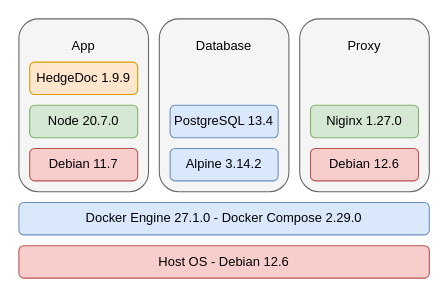
This is HedgeDoc.drawio from incognia/Cultura, a draw.io file, before an edit. Source tidied: cells renumbered, new cells numbered last; positions are measured from the earlier drawing's top-left corner, leaving out a move shared by most shapes. Both pictures are drawn from the tidied source at 108%, with x=0, y=0 at pixel (18, 18).
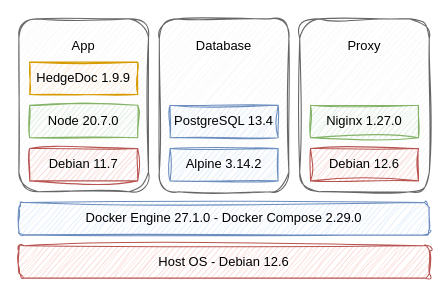
The same diagram, later.

Change to the diagram source:
```diff
@@
 <mxGraphModel>
   <root>
     <mxCell id="0" />
     <mxCell id="1" parent="0" />
-    <mxCell id="2" value="Host OS - Debian 12.6" style="rounded=1;whiteSpace=wrap;html=1;fillColor=#f8cecc;strokeColor=#b85450;" parent="1" vertex="1">
+    <mxCell id="2" value="Host OS - Debian 12.6" style="rounded=1;whiteSpace=wrap;html=1;fillColor=#f8cecc;strokeColor=#b85450;sketch=1;curveFitting=1;jiggle=2;" parent="1" vertex="1">
       <mxGeometry y="210" width="380" height="30" as="geometry" />
     </mxCell>
-    <mxCell id="3" value="D&lt;span style=&quot;background-color: initial;&quot;&gt;ocker Engine 27.1.0 - Docker Compose 2.29.0&lt;/span&gt;" style="rounded=1;whiteSpace=wrap;html=1;fillColor=#dae8fc;strokeColor=#6c8ebf;" parent="1" vertex="1">
+    <mxCell id="3" value="D&lt;span style=&quot;background-color: initial;&quot;&gt;ocker Engine 27.1.0 - Docker Compose 2.29.0&lt;/span&gt;" style="rounded=1;whiteSpace=wrap;html=1;fillColor=#dae8fc;strokeColor=#6c8ebf;sketch=1;curveFitting=1;jiggle=2;" parent="1" vertex="1">
       <mxGeometry y="170" width="380" height="30" as="geometry" />
     </mxCell>
-    <mxCell id="4" style="rounded=1;whiteSpace=wrap;html=1;fillColor=#f5f5f5;fontColor=#333333;strokeColor=#666666;" parent="1" vertex="1">
+    <mxCell id="4" style="rounded=1;whiteSpace=wrap;html=1;fillColor=#f5f5f5;fontColor=#333333;strokeColor=#666666;sketch=1;curveFitting=1;jiggle=2;" parent="1" vertex="1">
       <mxGeometry width="120" height="160" as="geometry" />
     </mxCell>
-    <mxCell id="5" style="rounded=1;whiteSpace=wrap;html=1;fillColor=#f5f5f5;fontColor=#333333;strokeColor=#666666;" parent="1" vertex="1">
+    <mxCell id="5" style="rounded=1;whiteSpace=wrap;html=1;fillColor=#f5f5f5;fontColor=#333333;strokeColor=#666666;sketch=1;curveFitting=1;jiggle=2;" parent="1" vertex="1">
       <mxGeometry x="130" width="120" height="160" as="geometry" />
     </mxCell>
-    <mxCell id="6" style="rounded=1;whiteSpace=wrap;html=1;fillColor=#f5f5f5;fontColor=#333333;strokeColor=#666666;" parent="1" vertex="1">
+    <mxCell id="6" style="rounded=1;whiteSpace=wrap;html=1;fillColor=#f5f5f5;fontColor=#333333;strokeColor=#666666;shadow=0;glass=0;sketch=1;curveFitting=1;jiggle=2;" parent="1" vertex="1">
       <mxGeometry x="260" width="120" height="160" as="geometry" />
     </mxCell>
-    <mxCell id="7" value="Node 20.7.0" style="rounded=1;whiteSpace=wrap;html=1;fillColor=#d5e8d4;strokeColor=#82b366;" parent="1" vertex="1">
+    <mxCell id="7" value="Node 20.7.0" style="rounded=0;whiteSpace=wrap;html=1;fillColor=#d5e8d4;strokeColor=#82b366;sketch=1;curveFitting=1;jiggle=2;" parent="1" vertex="1">
       <mxGeometry x="10" y="80" width="100" height="30" as="geometry" />
     </mxCell>
-    <mxCell id="8" value="HedgeDoc 1.9.9" style="rounded=1;whiteSpace=wrap;html=1;fillColor=#ffe6cc;strokeColor=#d79b00;" parent="1" vertex="1">
+    <mxCell id="8" value="HedgeDoc 1.9.9" style="rounded=0;whiteSpace=wrap;html=1;fillColor=#ffe6cc;strokeColor=#d79b00;sketch=1;curveFitting=1;jiggle=2;" parent="1" vertex="1">
       <mxGeometry x="10" y="40" width="100" height="30" as="geometry" />
     </mxCell>
-    <mxCell id="9" value="Debian 11.7" style="rounded=1;whiteSpace=wrap;html=1;fillColor=#f8cecc;strokeColor=#b85450;" parent="1" vertex="1">
+    <mxCell id="9" value="Debian 11.7" style="rounded=0;whiteSpace=wrap;html=1;fillColor=#f8cecc;strokeColor=#b85450;sketch=1;curveFitting=1;jiggle=2;" parent="1" vertex="1">
       <mxGeometry x="10" y="120" width="100" height="30" as="geometry" />
     </mxCell>
-    <mxCell id="10" value="Alpine 3.14.2" style="rounded=1;whiteSpace=wrap;html=1;fillColor=#dae8fc;strokeColor=#6c8ebf;" parent="1" vertex="1">
+    <mxCell id="10" value="Alpine 3.14.2" style="rounded=0;whiteSpace=wrap;html=1;fillColor=#dae8fc;strokeColor=#6c8ebf;sketch=1;curveFitting=1;jiggle=2;" parent="1" vertex="1">
       <mxGeometry x="140" y="120" width="100" height="30" as="geometry" />
     </mxCell>
-    <mxCell id="11" value="PostgreSQL 13.4" style="rounded=1;whiteSpace=wrap;html=1;fillColor=#dae8fc;strokeColor=#6c8ebf;" parent="1" vertex="1">
+    <mxCell id="11" value="PostgreSQL 13.4" style="rounded=0;whiteSpace=wrap;html=1;fillColor=#dae8fc;strokeColor=#6c8ebf;sketch=1;curveFitting=1;jiggle=2;" parent="1" vertex="1">
       <mxGeometry x="140" y="80" width="100" height="30" as="geometry" />
     </mxCell>
-    <mxCell id="12" value="Niginx 1.27.0" style="rounded=1;whiteSpace=wrap;html=1;fillColor=#d5e8d4;strokeColor=#82b366;" parent="1" vertex="1">
+    <mxCell id="12" value="Niginx 1.27.0" style="rounded=0;whiteSpace=wrap;html=1;fillColor=#d5e8d4;strokeColor=#82b366;sketch=1;curveFitting=1;jiggle=2;" parent="1" vertex="1">
       <mxGeometry x="270" y="80" width="100" height="30" as="geometry" />
     </mxCell>
-    <mxCell id="13" value="Debian 12.6" style="rounded=1;whiteSpace=wrap;html=1;fillColor=#f8cecc;strokeColor=#b85450;" parent="1" vertex="1">
+    <mxCell id="13" value="Debian 12.6" style="rounded=0;whiteSpace=wrap;html=1;fillColor=#f8cecc;strokeColor=#b85450;sketch=1;curveFitting=1;jiggle=2;" parent="1" vertex="1">
       <mxGeometry x="270" y="120" width="100" height="30" as="geometry" />
     </mxCell>
     <mxCell id="14" value="App" style="text;html=1;align=center;verticalAlign=middle;whiteSpace=wrap;rounded=0;" parent="1" vertex="1">
       <mxGeometry x="30" y="10" width="60" height="30" as="geometry" />
     </mxCell>
     <mxCell id="15" value="Database" style="text;html=1;align=center;verticalAlign=middle;whiteSpace=wrap;rounded=0;" parent="1" vertex="1">
       <mxGeometry x="160" y="10" width="60" height="30" as="geometry" />
     </mxCell>
     <mxCell id="16" value="Proxy" style="text;html=1;align=center;verticalAlign=middle;whiteSpace=wrap;rounded=0;" parent="1" vertex="1">
       <mxGeometry x="290" y="10" width="60" height="30" as="geometry" />
     </mxCell>
   </root>
 </mxGraphModel>
```
